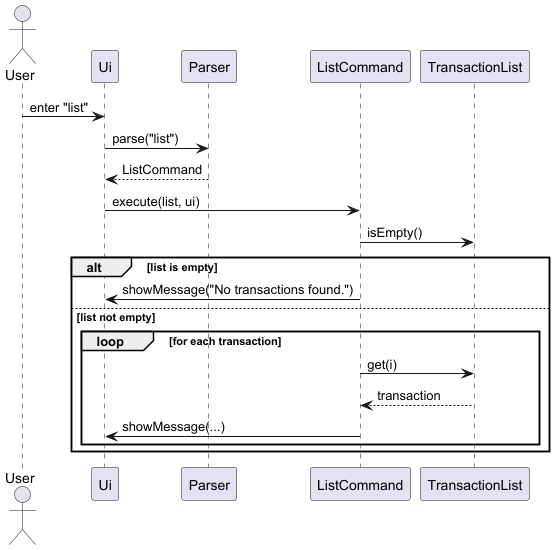
Earlier version of the PlantUML export docs/diagrams/ListSequenceDiagram.png (SeanChng/tp). Its diagram source:
```plantuml
@startuml
actor User
participant Ui
participant Parser
participant ListCommand
participant TransactionList

User -> Ui : enter "list"
Ui -> Parser : parse("list")
Parser --> Ui : ListCommand
Ui -> ListCommand : execute(list, ui)
ListCommand -> TransactionList : isEmpty()

alt list is empty
    ListCommand -> Ui : showMessage("No transactions found.")
else list not empty
    loop for each transaction
        ListCommand -> TransactionList : get(i)
        TransactionList --> ListCommand : transaction
        ListCommand -> Ui : showMessage(...)
    end
end
@enduml
```
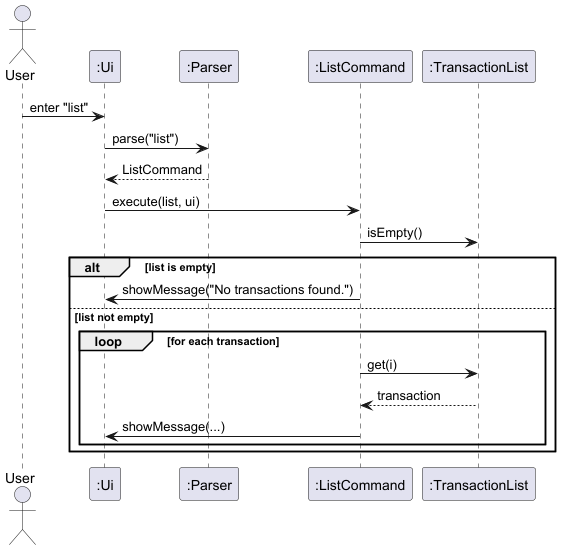
Above is the later version.

What changed in the source:
```diff
@@ -1,9 +1,9 @@
 @startuml
 actor User
-participant Ui
-participant Parser
-participant ListCommand
-participant TransactionList
+participant ":Ui" as Ui
+participant ":Parser" as Parser
+participant ":ListCommand" as ListCommand
+participant ":TransactionList" as TransactionList
 
 User -> Ui : enter "list"
 Ui -> Parser : parse("list")
```
